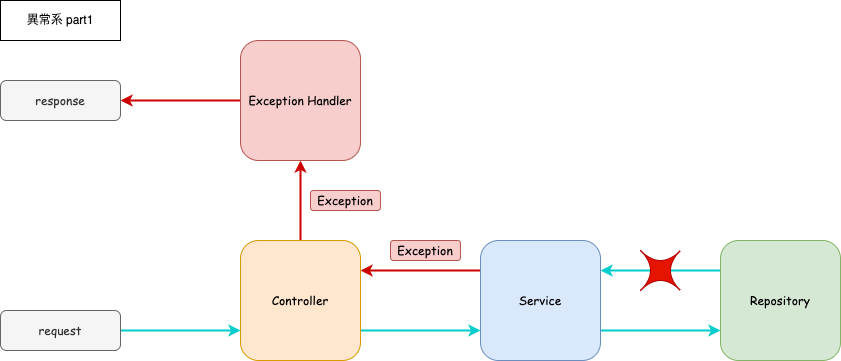
326-T/springboot-handson keeps this draw.io diagram as text/7. ExceptionHandlerについて/_images/ExceptionHandler-ng-1.drawio.png. Above is the earlier version. Source tidied: cells renumbered, new cells last; positions are measured from the earlier drawing's top-left corner, leaving out a move shared by most shapes. Source of this version:
```xml
<mxGraphModel>
  <root>
    <mxCell id="0" />
    <mxCell id="1" parent="0" />
    <mxCell id="2" style="edgeStyle=none;html=1;exitX=1;exitY=0.75;exitDx=0;exitDy=0;entryX=0;entryY=0.75;entryDx=0;entryDy=0;fontColor=#0000FF;fontSize=13;strokeColor=#00CCCC;strokeWidth=2;" parent="1" edge="1" source="4" target="6">
      <mxGeometry relative="1" as="geometry" />
    </mxCell>
    <mxCell id="3" style="edgeStyle=none;html=1;exitX=0;exitY=0.25;exitDx=0;exitDy=0;entryX=1;entryY=0.25;entryDx=0;entryDy=0;fontColor=#0000FF;fontSize=13;strokeColor=#CC0000;strokeWidth=2;" parent="1" edge="1" source="4" target="10">
      <mxGeometry relative="1" as="geometry" />
    </mxCell>
    <mxCell id="4" value="Service" style="whiteSpace=wrap;html=1;fillColor=#dae8fc;strokeColor=#6c8ebf;rounded=1;fontFamily=Comic Sans MS;" parent="1" vertex="1">
      <mxGeometry x="480" y="240" width="120" height="120" as="geometry" />
    </mxCell>
    <mxCell id="5" style="edgeStyle=none;html=1;exitX=0;exitY=0.25;exitDx=0;exitDy=0;entryX=1;entryY=0.25;entryDx=0;entryDy=0;fontColor=#0000FF;fontSize=13;strokeColor=#00CCCC;strokeWidth=2;" parent="1" edge="1" source="6" target="4">
      <mxGeometry relative="1" as="geometry" />
    </mxCell>
    <mxCell id="6" value="Repository" style="whiteSpace=wrap;html=1;fillColor=#d5e8d4;strokeColor=#82b366;rounded=1;fontFamily=Comic Sans MS;" parent="1" vertex="1">
      <mxGeometry x="720" y="240" width="120" height="120" as="geometry" />
    </mxCell>
    <mxCell id="7" style="edgeStyle=none;html=1;exitX=0;exitY=0.5;exitDx=0;exitDy=0;entryX=1;entryY=0.5;entryDx=0;entryDy=0;fontColor=#0000FF;fontSize=13;strokeColor=#CC0000;strokeWidth=2;" parent="1" edge="1" source="11" target="14">
      <mxGeometry relative="1" as="geometry" />
    </mxCell>
    <mxCell id="8" style="edgeStyle=none;html=1;exitX=1;exitY=0.75;exitDx=0;exitDy=0;entryX=0;entryY=0.75;entryDx=0;entryDy=0;fontColor=#0000FF;fontSize=13;strokeColor=#00CCCC;strokeWidth=2;" parent="1" edge="1" source="10" target="4">
      <mxGeometry relative="1" as="geometry" />
    </mxCell>
    <mxCell id="9" style="edgeStyle=none;html=1;exitX=0.5;exitY=0;exitDx=0;exitDy=0;entryX=0.5;entryY=1;entryDx=0;entryDy=0;strokeWidth=2;strokeColor=#CC0000;" parent="1" edge="1" source="10" target="11">
      <mxGeometry relative="1" as="geometry" />
    </mxCell>
    <mxCell id="10" value="Controller" style="whiteSpace=wrap;html=1;rounded=1;fillColor=#ffe6cc;strokeColor=#d79b00;fontFamily=Comic Sans MS;" parent="1" vertex="1">
      <mxGeometry x="240" y="240" width="120" height="120" as="geometry" />
    </mxCell>
    <mxCell id="11" value="Exception Handler" style="whiteSpace=wrap;html=1;rounded=1;fillColor=#f8cecc;strokeColor=#b85450;fontFamily=Comic Sans MS;" parent="1" vertex="1">
      <mxGeometry x="240" y="40" width="120" height="120" as="geometry" />
    </mxCell>
    <mxCell id="12" style="edgeStyle=none;html=1;exitX=1;exitY=0.5;exitDx=0;exitDy=0;entryX=0;entryY=0.75;entryDx=0;entryDy=0;fontColor=#0000FF;fontSize=13;strokeColor=#00CCCC;strokeWidth=2;" parent="1" edge="1" source="13" target="10">
      <mxGeometry relative="1" as="geometry" />
    </mxCell>
    <mxCell id="13" value="request" style="whiteSpace=wrap;html=1;fillColor=#f5f5f5;fontColor=#333333;strokeColor=#666666;rounded=1;fontFamily=Comic Sans MS;" parent="1" vertex="1">
      <mxGeometry y="310" width="120" height="40" as="geometry" />
    </mxCell>
    <mxCell id="14" value="response" style="whiteSpace=wrap;html=1;fillColor=#f5f5f5;fontColor=#333333;strokeColor=#666666;rounded=1;fontFamily=Comic Sans MS;" parent="1" vertex="1">
      <mxGeometry y="80" width="120" height="40" as="geometry" />
    </mxCell>
    <mxCell id="15" value="異常系 part1" style="whiteSpace=wrap;html=1;" parent="1" vertex="1">
      <mxGeometry width="120" height="40" as="geometry" />
    </mxCell>
    <mxCell id="16" style="shape=switch;whiteSpace=wrap;html=1;fillColor=#e51400;fontColor=#ffffff;strokeColor=#B20000;" parent="1" vertex="1">
      <mxGeometry x="640" y="250" width="40" height="40" as="geometry" />
    </mxCell>
    <mxCell id="17" value="Exception" style="whiteSpace=wrap;html=1;fillColor=#f8cecc;strokeColor=#b85450;rounded=1;fontFamily=Comic Sans MS;" parent="1" vertex="1">
      <mxGeometry x="310" y="190" width="70" height="20" as="geometry" />
    </mxCell>
    <mxCell id="18" value="Exception" style="whiteSpace=wrap;html=1;fillColor=#f8cecc;strokeColor=#b85450;rounded=1;fontFamily=Comic Sans MS;" parent="1" vertex="1">
      <mxGeometry x="390" y="240" width="70" height="20" as="geometry" />
    </mxCell>
  </root>
</mxGraphModel>
```
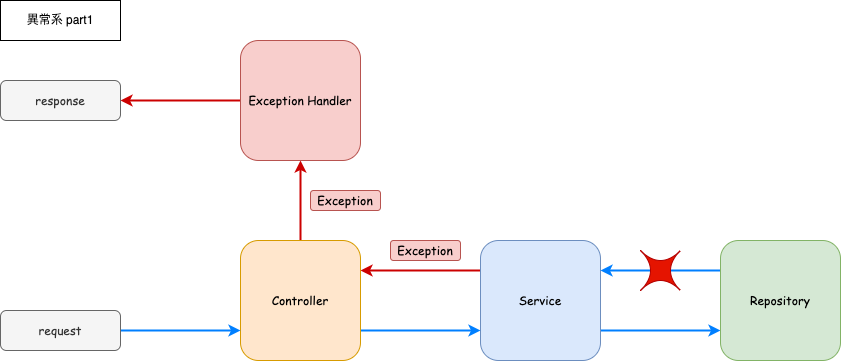
The same file after the commit.

The edit, as a diff of the source:
```diff
@@ -2,7 +2,7 @@
   <root>
     <mxCell id="0" />
     <mxCell id="1" parent="0" />
-    <mxCell id="2" style="edgeStyle=none;html=1;exitX=1;exitY=0.75;exitDx=0;exitDy=0;entryX=0;entryY=0.75;entryDx=0;entryDy=0;fontColor=#0000FF;fontSize=13;strokeColor=#00CCCC;strokeWidth=2;" parent="1" edge="1" source="4" target="6">
+    <mxCell id="2" style="edgeStyle=none;html=1;exitX=1;exitY=0.75;exitDx=0;exitDy=0;entryX=0;entryY=0.75;entryDx=0;entryDy=0;fontColor=#0000FF;fontSize=13;strokeColor=#007FFF;strokeWidth=2;" parent="1" edge="1" source="4" target="6">
       <mxGeometry relative="1" as="geometry" />
     </mxCell>
     <mxCell id="3" style="edgeStyle=none;html=1;exitX=0;exitY=0.25;exitDx=0;exitDy=0;entryX=1;entryY=0.25;entryDx=0;entryDy=0;fontColor=#0000FF;fontSize=13;strokeColor=#CC0000;strokeWidth=2;" parent="1" edge="1" source="4" target="10">
@@ -11,7 +11,7 @@
     <mxCell id="4" value="Service" style="whiteSpace=wrap;html=1;fillColor=#dae8fc;strokeColor=#6c8ebf;rounded=1;fontFamily=Comic Sans MS;" parent="1" vertex="1">
       <mxGeometry x="480" y="240" width="120" height="120" as="geometry" />
     </mxCell>
-    <mxCell id="5" style="edgeStyle=none;html=1;exitX=0;exitY=0.25;exitDx=0;exitDy=0;entryX=1;entryY=0.25;entryDx=0;entryDy=0;fontColor=#0000FF;fontSize=13;strokeColor=#00CCCC;strokeWidth=2;" parent="1" edge="1" source="6" target="4">
+    <mxCell id="5" style="edgeStyle=none;html=1;exitX=0;exitY=0.25;exitDx=0;exitDy=0;entryX=1;entryY=0.25;entryDx=0;entryDy=0;fontColor=#0000FF;fontSize=13;strokeColor=#007FFF;strokeWidth=2;" parent="1" edge="1" source="6" target="4">
       <mxGeometry relative="1" as="geometry" />
     </mxCell>
     <mxCell id="6" value="Repository" style="whiteSpace=wrap;html=1;fillColor=#d5e8d4;strokeColor=#82b366;rounded=1;fontFamily=Comic Sans MS;" parent="1" vertex="1">
@@ -20,7 +20,7 @@
     <mxCell id="7" style="edgeStyle=none;html=1;exitX=0;exitY=0.5;exitDx=0;exitDy=0;entryX=1;entryY=0.5;entryDx=0;entryDy=0;fontColor=#0000FF;fontSize=13;strokeColor=#CC0000;strokeWidth=2;" parent="1" edge="1" source="11" target="14">
       <mxGeometry relative="1" as="geometry" />
     </mxCell>
-    <mxCell id="8" style="edgeStyle=none;html=1;exitX=1;exitY=0.75;exitDx=0;exitDy=0;entryX=0;entryY=0.75;entryDx=0;entryDy=0;fontColor=#0000FF;fontSize=13;strokeColor=#00CCCC;strokeWidth=2;" parent="1" edge="1" source="10" target="4">
+    <mxCell id="8" style="edgeStyle=none;html=1;exitX=1;exitY=0.75;exitDx=0;exitDy=0;entryX=0;entryY=0.75;entryDx=0;entryDy=0;fontColor=#0000FF;fontSize=13;strokeColor=#007FFF;strokeWidth=2;" parent="1" edge="1" source="10" target="4">
       <mxGeometry relative="1" as="geometry" />
     </mxCell>
     <mxCell id="9" style="edgeStyle=none;html=1;exitX=0.5;exitY=0;exitDx=0;exitDy=0;entryX=0.5;entryY=1;entryDx=0;entryDy=0;strokeWidth=2;strokeColor=#CC0000;" parent="1" edge="1" source="10" target="11">
@@ -32,7 +32,7 @@
     <mxCell id="11" value="Exception Handler" style="whiteSpace=wrap;html=1;rounded=1;fillColor=#f8cecc;strokeColor=#b85450;fontFamily=Comic Sans MS;" parent="1" vertex="1">
       <mxGeometry x="240" y="40" width="120" height="120" as="geometry" />
     </mxCell>
-    <mxCell id="12" style="edgeStyle=none;html=1;exitX=1;exitY=0.5;exitDx=0;exitDy=0;entryX=0;entryY=0.75;entryDx=0;entryDy=0;fontColor=#0000FF;fontSize=13;strokeColor=#00CCCC;strokeWidth=2;" parent="1" edge="1" source="13" target="10">
+    <mxCell id="12" style="edgeStyle=none;html=1;exitX=1;exitY=0.5;exitDx=0;exitDy=0;entryX=0;entryY=0.75;entryDx=0;entryDy=0;fontColor=#0000FF;fontSize=13;strokeColor=#007FFF;strokeWidth=2;" parent="1" edge="1" source="13" target="10">
       <mxGeometry relative="1" as="geometry" />
     </mxCell>
     <mxCell id="13" value="request" style="whiteSpace=wrap;html=1;fillColor=#f5f5f5;fontColor=#333333;strokeColor=#666666;rounded=1;fontFamily=Comic Sans MS;" parent="1" vertex="1">
```
